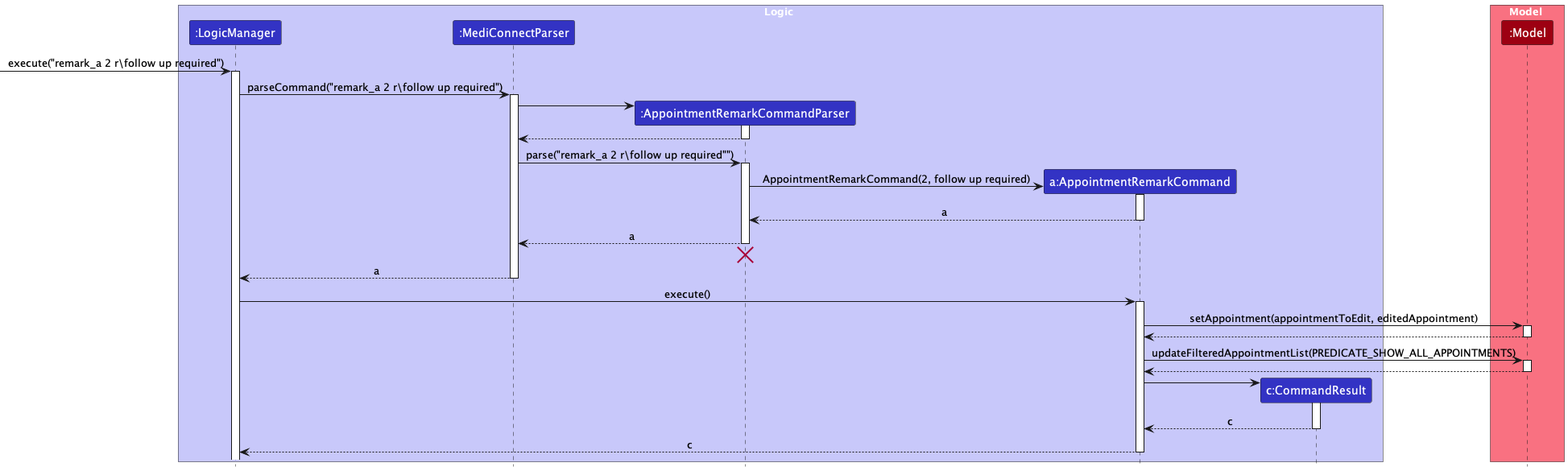
The PlantUML diagram docs/images/EditRemarkSequenceDiagram.png in yanghengtang/tp, before a commit.
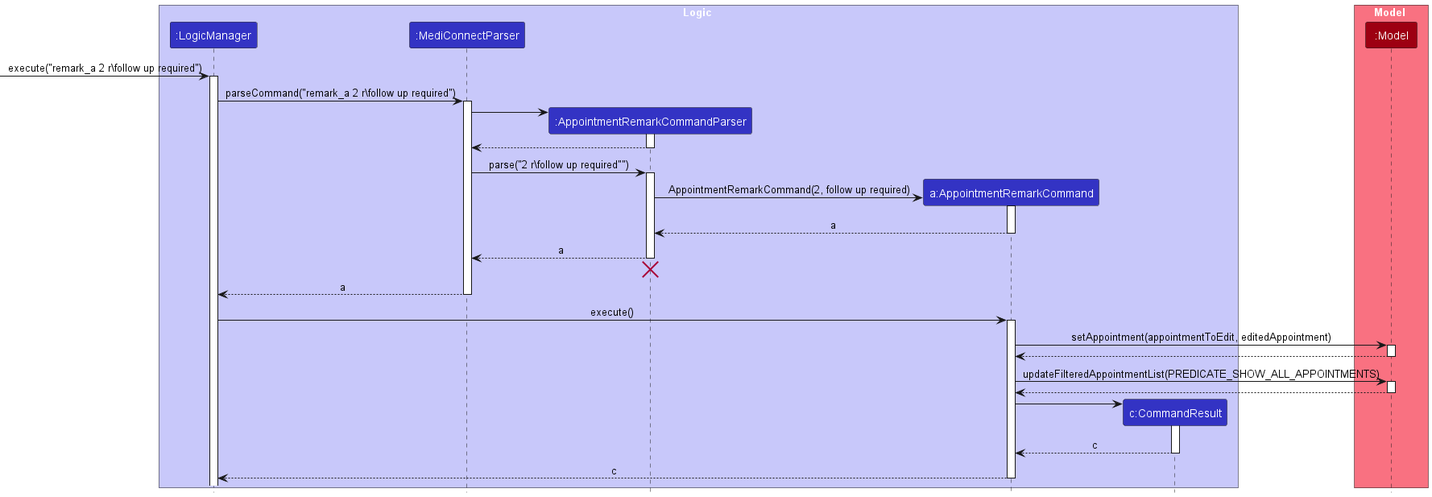
After the commit.

What changed in the source:
```diff
@@ -27,7 +27,7 @@
 AppointmentRemarkCommandParser --> MediConnectParser
 deactivate AppointmentRemarkCommandParser
 
-MediConnectParser -> AppointmentRemarkCommandParser : parse("remark_a 2 r\\follow up required"")
+MediConnectParser -> AppointmentRemarkCommandParser : parse("2 r\\follow up required"")
 activate AppointmentRemarkCommandParser
 
 create AppointmentRemarkCommand
```
